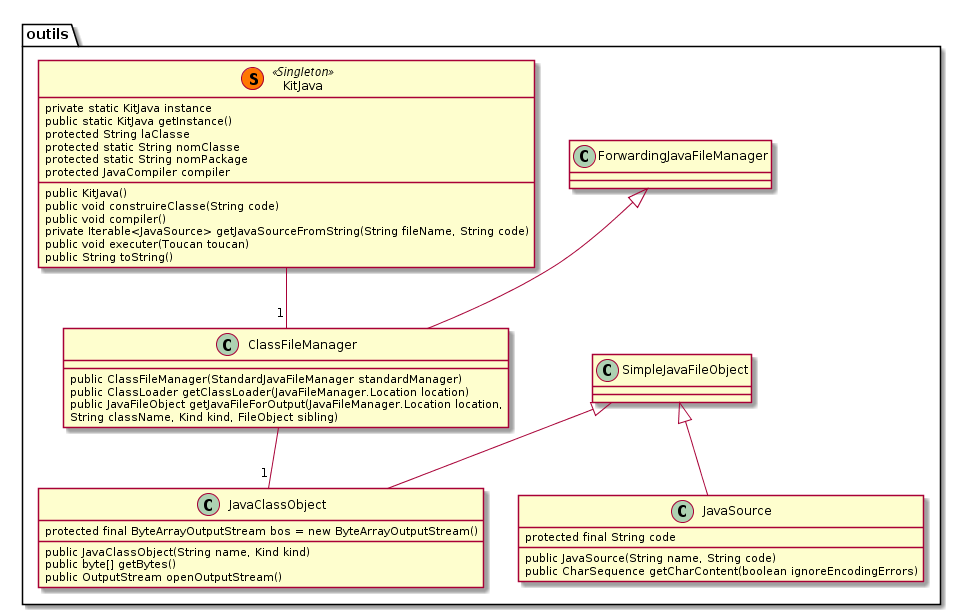
Above: outils.png in Bert54/ToucanProject (PlantUML), before the change.
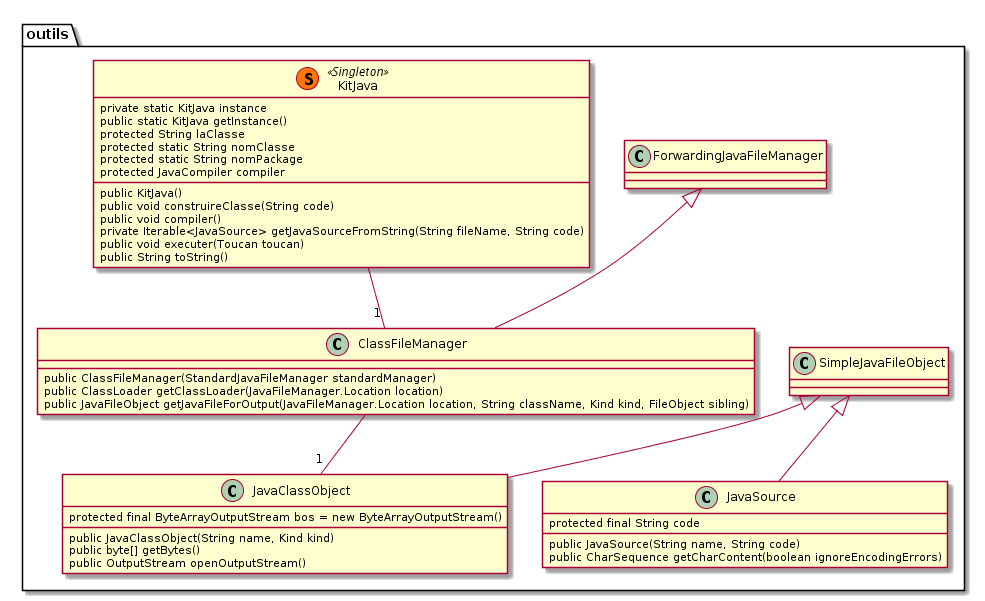
The same file after the commit.

Change to the diagram source:
```diff
@@ -5,8 +5,7 @@
   class ClassFileManager extends ForwardingJavaFileManager {
     public ClassFileManager(StandardJavaFileManager standardManager)
     public ClassLoader getClassLoader(JavaFileManager.Location location)
-    public JavaFileObject getJavaFileForOutput(JavaFileManager.Location location,
-	  String className, Kind kind, FileObject sibling)
+    public JavaFileObject getJavaFileForOutput(JavaFileManager.Location location, String className, Kind kind, FileObject sibling)
   }
   ClassFileManager -- "1" JavaClassObject
 
@@ -18,7 +17,7 @@
   }
 
   class JavaSource extends SimpleJavaFileObject {
-    {field}protected final String code
+    {field} protected final String code
     public JavaSource(String name, String code)
     public CharSequence getCharContent(boolean ignoreEncodingErrors)
   }
```
